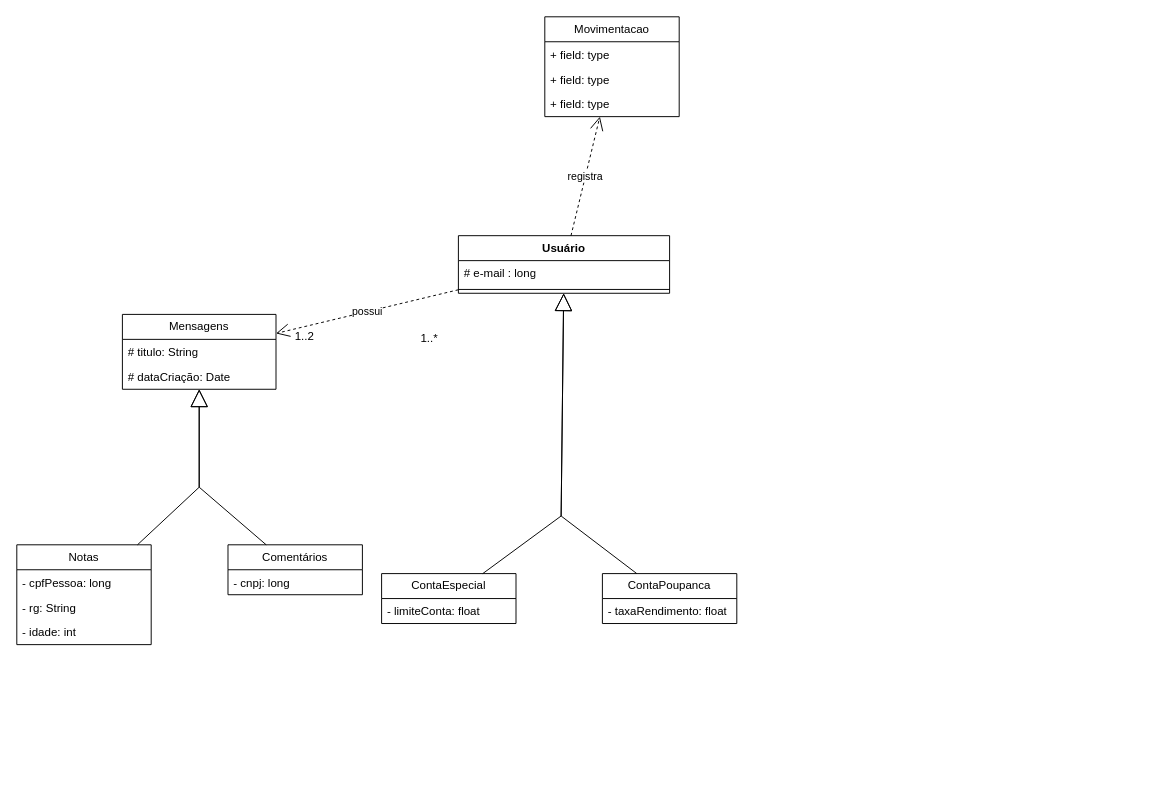
Earlier version of the draw.io diagram BlogClasses.drawio (RebecaVieiraM/Diagramas). Source tidied: cells renumbered, new cells numbered last; positions are measured from the earlier drawing's top-left corner, leaving out a move shared by most shapes. Both pictures are drawn from the tidied source at 96%, with x=0, y=0 at pixel (16, 16).
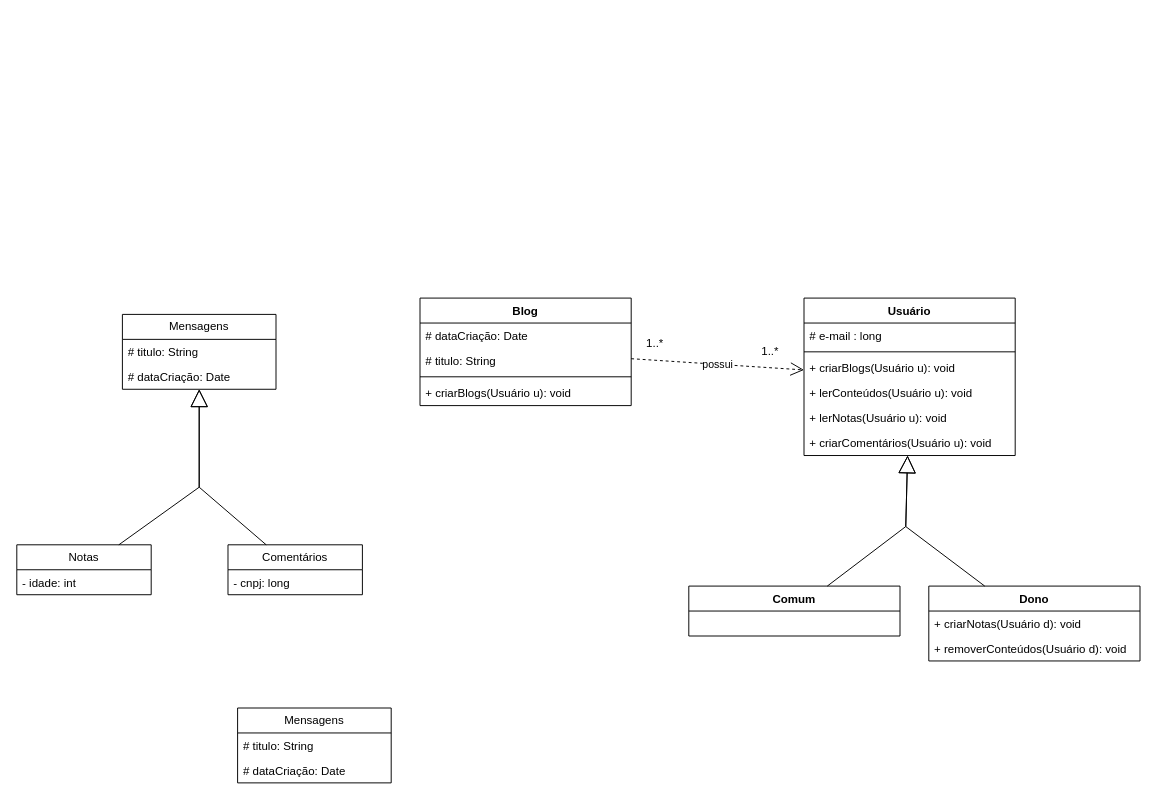
Above is the later version.

The change refers to these unchanged cells:
```xml
<mxCell id="2" value="Mensagens" style="swimlane;fontStyle=0;horizontal=1;startSize=26;fillColor=none;whiteSpace=wrap;html=1;" parent="1" vertex="1">
  <mxGeometry x="110" y="310" width="160" height="78" as="geometry" />
</mxCell>
```

Change to the diagram source:
```diff
@@
     <mxCell id="7" value="Notas" style="swimlane;fontStyle=0;horizontal=1;startSize=26;fillColor=none;whiteSpace=wrap;html=1;" parent="1" vertex="1">
-      <mxGeometry y="550" width="140" height="104" as="geometry" />
+      <mxGeometry y="550" width="140" height="52" as="geometry" />
     </mxCell>
-    <mxCell id="8" value="- cpfPessoa: long" style="text;strokeColor=none;fillColor=none;align=left;verticalAlign=top;spacingLeft=4;spacingRight=4;overflow=hidden;whiteSpace=wrap;html=1;" parent="7" vertex="1">
-      <mxGeometry y="26" width="140" height="26" as="geometry" />
-    </mxCell>
-    <mxCell id="9" value="- rg: String" style="text;strokeColor=none;fillColor=none;align=left;verticalAlign=top;spacingLeft=4;spacingRight=4;overflow=hidden;whiteSpace=wrap;html=1;" parent="7" vertex="1">
-      <mxGeometry y="52" width="140" height="26" as="geometry" />
-    </mxCell>
     <mxCell id="10" value="- idade: int" style="text;strokeColor=none;fillColor=none;align=left;verticalAlign=top;spacingLeft=4;spacingRight=4;overflow=hidden;whiteSpace=wrap;html=1;" parent="7" vertex="1">
-      <mxGeometry y="78" width="140" height="26" as="geometry" />
+      <mxGeometry y="26" width="140" height="26" as="geometry" />
     </mxCell>
@@
-    <mxCell id="13" value="Usuário" style="swimlane;fontStyle=1;align=center;verticalAlign=top;horizontal=1;startSize=26;whiteSpace=wrap;html=1;" parent="1" vertex="1">
-      <mxGeometry x="460" y="228" width="220" height="60" as="geometry" />
+    <mxCell id="13" value="Blog" style="swimlane;fontStyle=1;align=center;verticalAlign=top;horizontal=1;startSize=26;whiteSpace=wrap;html=1;" parent="1" vertex="1">
+      <mxGeometry x="420" y="293" width="220" height="112" as="geometry" />
     </mxCell>
+    <mxCell id="30" value="# dataCriação: Date" style="text;strokeColor=none;fillColor=none;align=left;verticalAlign=top;spacingLeft=4;spacingRight=4;overflow=hidden;whiteSpace=wrap;html=1;" parent="13" vertex="1">
+      <mxGeometry y="26" width="220" height="26" as="geometry" />
+    </mxCell>
+    <mxCell id="31" value="# titulo: String" style="text;strokeColor=none;fillColor=none;align=left;verticalAlign=top;spacingLeft=4;spacingRight=4;overflow=hidden;whiteSpace=wrap;html=1;" parent="13" vertex="1">
+      <mxGeometry y="52" width="220" height="26" as="geometry" />
+    </mxCell>
+    <mxCell id="15" style="line;strokeWidth=1;fillColor=none;align=left;verticalAlign=middle;spacingTop=-1;spacingLeft=3;spacingRight=3;labelPosition=right;strokeColor=inherit;" parent="13" vertex="1">
+      <mxGeometry y="78" width="220" height="8" as="geometry" />
+    </mxCell>
+    <mxCell id="32" value="+ criarBlogs(Usuário u): void" style="text;strokeColor=none;fillColor=none;align=left;verticalAlign=top;spacingLeft=4;spacingRight=4;overflow=hidden;whiteSpace=wrap;html=1;" parent="13" vertex="1">
+      <mxGeometry y="86" width="220" height="26" as="geometry" />
+    </mxCell>
+    <mxCell id="33" value="Dono" style="swimlane;fontStyle=1;align=center;verticalAlign=top;horizontal=1;startSize=26;whiteSpace=wrap;html=1;" parent="1" vertex="1">
+      <mxGeometry x="950" y="593" width="220" height="78" as="geometry" />
+    </mxCell>
+    <mxCell id="34" value="+ criarNotas(Usuário d): void" style="text;strokeColor=none;fillColor=none;align=left;verticalAlign=top;spacingLeft=4;spacingRight=4;overflow=hidden;whiteSpace=wrap;html=1;" parent="33" vertex="1">
+      <mxGeometry y="26" width="220" height="26" as="geometry" />
+    </mxCell>
+    <mxCell id="35" value="+ removerConteúdos(Usuário d): void" style="text;strokeColor=none;fillColor=none;align=left;verticalAlign=top;spacingLeft=4;spacingRight=4;overflow=hidden;whiteSpace=wrap;html=1;" parent="33" vertex="1">
+      <mxGeometry y="52" width="220" height="26" as="geometry" />
+    </mxCell>
+    <mxCell id="36" value="Mensagens" style="swimlane;fontStyle=0;horizontal=1;startSize=26;fillColor=none;whiteSpace=wrap;html=1;" parent="1" vertex="1">
+      <mxGeometry x="230" y="720" width="160" height="78" as="geometry" />
+    </mxCell>
+    <mxCell id="37" value="# titulo: String" style="text;strokeColor=none;fillColor=none;align=left;verticalAlign=top;spacingLeft=4;spacingRight=4;overflow=hidden;whiteSpace=wrap;html=1;" parent="36" vertex="1">
+      <mxGeometry y="26" width="160" height="26" as="geometry" />
+    </mxCell>
+    <mxCell id="38" value="# dataCriação: Date" style="text;strokeColor=none;fillColor=none;align=left;verticalAlign=top;spacingLeft=4;spacingRight=4;overflow=hidden;whiteSpace=wrap;html=1;" parent="36" vertex="1">
+      <mxGeometry y="52" width="160" height="26" as="geometry" />
+    </mxCell>
+    <mxCell id="39" value="Comum" style="swimlane;fontStyle=1;align=center;verticalAlign=top;horizontal=1;startSize=26;whiteSpace=wrap;html=1;" parent="1" vertex="1">
+      <mxGeometry x="700" y="593" width="220" height="52" as="geometry" />
+    </mxCell>
+    <mxCell id="40" style="endArrow=block;endSize=16;endFill=0;html=1;rounded=0;" parent="1" edge="1" source="39" target="42">
+      <mxGeometry relative="1" as="geometry">
+        <Array as="points">
+          <mxPoint x="926" y="531" />
+        </Array>
+      </mxGeometry>
+    </mxCell>
+    <mxCell id="41" style="endArrow=block;endSize=16;endFill=0;html=1;rounded=0;" parent="1" edge="1" source="33" target="42">
+      <mxGeometry relative="1" as="geometry">
+        <Array as="points">
+          <mxPoint x="926" y="531" />
+        </Array>
+      </mxGeometry>
+    </mxCell>
+    <mxCell id="42" value="Usuário" style="swimlane;fontStyle=1;align=center;verticalAlign=top;horizontal=1;startSize=26;whiteSpace=wrap;html=1;" parent="1" vertex="1">
+      <mxGeometry x="820" y="293" width="220" height="164" as="geometry" />
+    </mxCell>
-    <mxCell id="14" value="# e-mail : long" style="text;strokeColor=none;fillColor=none;align=left;verticalAlign=top;spacingLeft=4;spacingRight=4;overflow=hidden;whiteSpace=wrap;html=1;" parent="13" vertex="1">
+    <mxCell id="14" value="# e-mail : long" style="text;strokeColor=none;fillColor=none;align=left;verticalAlign=top;spacingLeft=4;spacingRight=4;overflow=hidden;whiteSpace=wrap;html=1;" parent="42" vertex="1">
       <mxGeometry y="26" width="220" height="26" as="geometry" />
     </mxCell>
-    <mxCell id="15" style="line;strokeWidth=1;fillColor=none;align=left;verticalAlign=middle;spacingTop=-1;spacingLeft=3;spacingRight=3;labelPosition=right;strokeColor=inherit;" parent="13" vertex="1">
-      <mxGeometry y="52" width="220" height="8" as="geometry" />
-    </mxCell>
-    <mxCell id="16" value="ContaEspecial" style="swimlane;fontStyle=0;horizontal=1;startSize=26;fillColor=none;whiteSpace=wrap;html=1;" parent="1" vertex="1">
-      <mxGeometry x="380" y="580" width="140" height="52" as="geometry" />
-    </mxCell>
-    <mxCell id="17" value="- limiteConta: float" style="text;strokeColor=none;fillColor=none;align=left;verticalAlign=top;spacingLeft=4;spacingRight=4;overflow=hidden;whiteSpace=wrap;html=1;" parent="16" vertex="1">
-      <mxGeometry y="26" width="140" height="26" as="geometry" />
-    </mxCell>
-    <mxCell id="18" value="ContaPoupanca" style="swimlane;fontStyle=0;horizontal=1;startSize=26;fillColor=none;whiteSpace=wrap;html=1;" parent="1" vertex="1">
-      <mxGeometry x="610" y="580" width="140" height="52" as="geometry" />
-    </mxCell>
-    <mxCell id="19" value="- taxaRendimento: float" style="text;strokeColor=none;fillColor=none;align=left;verticalAlign=top;spacingLeft=4;spacingRight=4;overflow=hidden;whiteSpace=wrap;html=1;" parent="18" vertex="1">
-      <mxGeometry y="26" width="140" height="26" as="geometry" />
-    </mxCell>
-    <mxCell id="20" style="endArrow=block;endSize=16;endFill=0;html=1;rounded=0;" parent="1" edge="1" source="16" target="13">
-      <mxGeometry relative="1" as="geometry">
-        <Array as="points">
-          <mxPoint x="567" y="520" />
-        </Array>
-      </mxGeometry>
-    </mxCell>
-    <mxCell id="21" style="endArrow=block;endSize=16;endFill=0;html=1;rounded=0;" parent="1" edge="1" source="18" target="13">
-      <mxGeometry relative="1" as="geometry">
-        <Array as="points">
-          <mxPoint x="567" y="520" />
-        </Array>
-      </mxGeometry>
-    </mxCell>
+    <mxCell id="43" style="line;strokeWidth=1;fillColor=none;align=left;verticalAlign=middle;spacingTop=-1;spacingLeft=3;spacingRight=3;labelPosition=right;strokeColor=inherit;" parent="42" vertex="1">
+      <mxGeometry y="52" width="220" height="8" as="geometry" />
+    </mxCell>
+    <mxCell id="44" value="+ criarBlogs(Usuário u): void" style="text;strokeColor=none;fillColor=none;align=left;verticalAlign=top;spacingLeft=4;spacingRight=4;overflow=hidden;whiteSpace=wrap;html=1;" parent="42" vertex="1">
+      <mxGeometry y="60" width="220" height="26" as="geometry" />
+    </mxCell>
+    <mxCell id="45" value="+ lerConteúdos(Usuário u): void" style="text;strokeColor=none;fillColor=none;align=left;verticalAlign=top;spacingLeft=4;spacingRight=4;overflow=hidden;whiteSpace=wrap;html=1;" parent="42" vertex="1">
+      <mxGeometry y="86" width="220" height="26" as="geometry" />
+    </mxCell>
+    <mxCell id="46" value="+ lerNotas(Usuário u): void" style="text;strokeColor=none;fillColor=none;align=left;verticalAlign=top;spacingLeft=4;spacingRight=4;overflow=hidden;whiteSpace=wrap;html=1;" parent="42" vertex="1">
+      <mxGeometry y="112" width="220" height="26" as="geometry" />
+    </mxCell>
+    <mxCell id="47" value="+ criarComentários(Usuário u): void" style="text;strokeColor=none;fillColor=none;align=left;verticalAlign=top;spacingLeft=4;spacingRight=4;overflow=hidden;whiteSpace=wrap;html=1;" parent="42" vertex="1">
+      <mxGeometry y="138" width="220" height="26" as="geometry" />
+    </mxCell>
-    <mxCell id="22" value="possui" style="endArrow=open;endSize=12;dashed=1;html=1;rounded=0;" parent="1" edge="1" source="13" target="2">
+    <mxCell id="22" value="possui" style="endArrow=open;endSize=12;dashed=1;html=1;rounded=0;" parent="1" edge="1" source="13" target="42">
       <mxGeometry relative="1" as="geometry" />
     </mxCell>
-    <mxCell id="23" value="1..2" style="text;html=1;align=center;verticalAlign=middle;whiteSpace=wrap;rounded=0;" parent="1" vertex="1">
-      <mxGeometry x="270" y="318" width="60" height="30" as="geometry" />
+    <mxCell id="23" value="1..*" style="text;html=1;align=center;verticalAlign=middle;whiteSpace=wrap;rounded=0;" parent="1" vertex="1">
+      <mxGeometry x="630" y="330" width="70" height="20" as="geometry" />
     </mxCell>
     <mxCell id="24" value="1..*" style="text;html=1;align=center;verticalAlign=middle;whiteSpace=wrap;rounded=0;" parent="1" vertex="1">
-      <mxGeometry x="400" y="320" width="60" height="30" as="geometry" />
+      <mxGeometry x="760" y="339" width="50" height="20" as="geometry" />
     </mxCell>
-    <mxCell id="25" value="Movimentacao" style="swimlane;fontStyle=0;horizontal=1;startSize=26;fillColor=none;whiteSpace=wrap;html=1;" parent="1" vertex="1">
-      <mxGeometry x="550" width="140" height="104" as="geometry" />
-    </mxCell>
-    <mxCell id="26" value="+ field: type" style="text;strokeColor=none;fillColor=none;align=left;verticalAlign=top;spacingLeft=4;spacingRight=4;overflow=hidden;whiteSpace=wrap;html=1;" parent="25" vertex="1">
-      <mxGeometry y="26" width="140" height="26" as="geometry" />
-    </mxCell>
-    <mxCell id="27" value="+ field: type" style="text;strokeColor=none;fillColor=none;align=left;verticalAlign=top;spacingLeft=4;spacingRight=4;overflow=hidden;whiteSpace=wrap;html=1;" parent="25" vertex="1">
-      <mxGeometry y="52" width="140" height="26" as="geometry" />
-    </mxCell>
-    <mxCell id="28" value="+ field: type" style="text;strokeColor=none;fillColor=none;align=left;verticalAlign=top;spacingLeft=4;spacingRight=4;overflow=hidden;whiteSpace=wrap;html=1;" parent="25" vertex="1">
-      <mxGeometry y="78" width="140" height="26" as="geometry" />
-    </mxCell>
-    <mxCell id="29" value="registra" style="endArrow=open;endSize=12;dashed=1;html=1;rounded=0;" parent="1" edge="1" source="13" target="25">
-      <mxGeometry relative="1" as="geometry" />
-    </mxCell>
```
